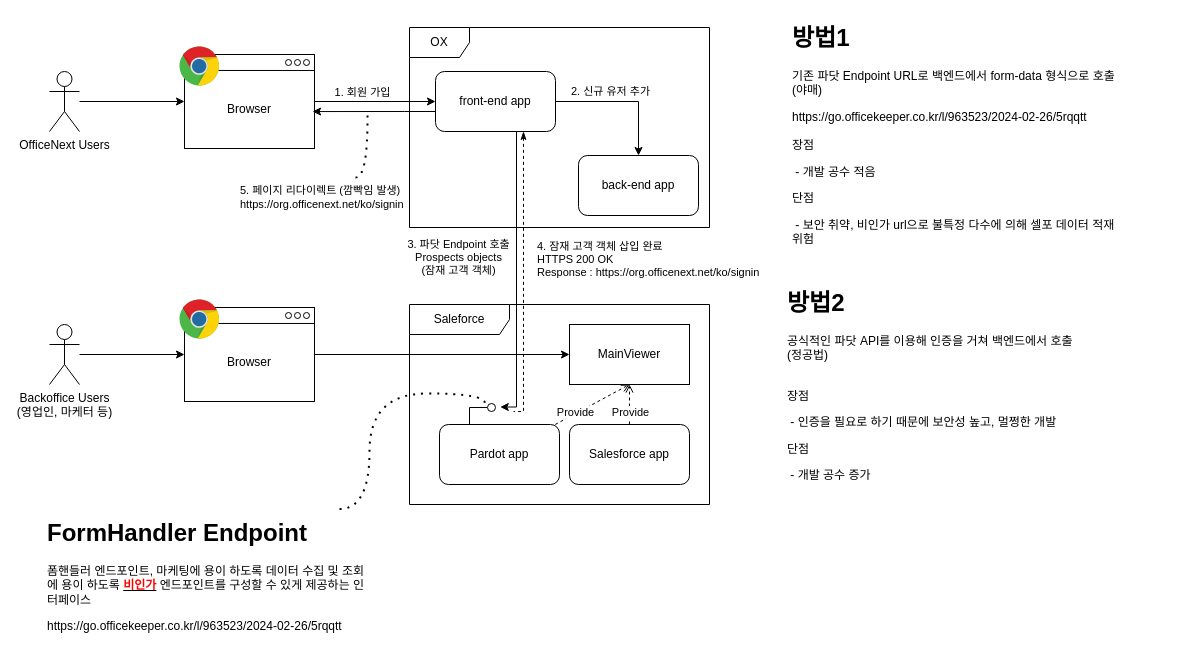
Before: pardot.drawio in djcho/draw-io-repo, a draw.io diagram. Source tidied: cells renumbered, new cells numbered last; positions are measured from the earlier drawing's top-left corner, leaving out a move shared by most shapes. Both pictures are drawn from the tidied source at 100%, with x=0, y=0 at pixel (45, 17).
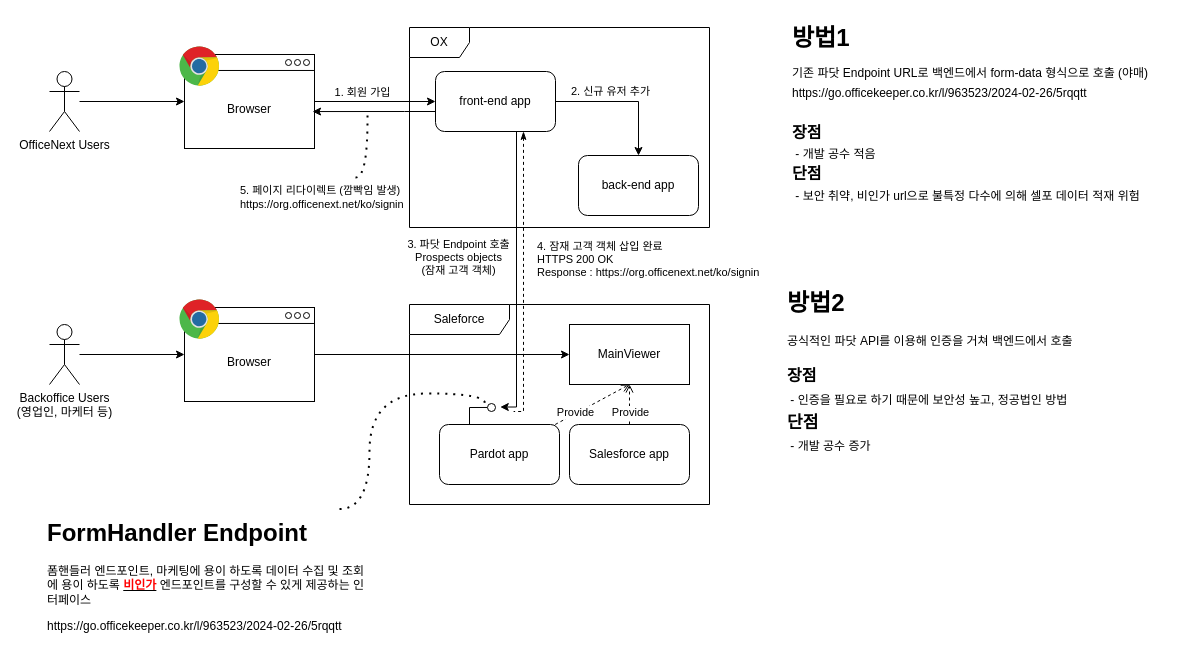
The same diagram, later.

Change to the diagram source:
```diff
@@
-    <mxCell id="47" value="&lt;h1 style=&quot;margin-top: 0px;&quot;&gt;방법1&amp;nbsp;&lt;/h1&gt;&lt;p&gt;기존 파닷 Endpoint URL로 백엔드에서 form-data 형식으로 호출 (야매)&lt;/p&gt;&lt;p&gt;&lt;span style=&quot;background-color: initial;&quot;&gt;https://go.officekeeper.co.kr/l/963523/2024-02-26/5rqqtt&lt;br&gt;&lt;br&gt;장점&amp;nbsp;&lt;/span&gt;&lt;/p&gt;&lt;p&gt;&lt;span style=&quot;background-color: initial;&quot;&gt;&amp;nbsp;- 개발 공수 적음&lt;/span&gt;&lt;/p&gt;&lt;p&gt;&lt;span style=&quot;background-color: initial;&quot;&gt;단점&lt;/span&gt;&lt;/p&gt;&lt;p&gt;&amp;nbsp;- 보안 취약, 비인가 url으로 불특정 다수에 의해 셀포 데이터 적재 위험&lt;/p&gt;" style="text;html=1;whiteSpace=wrap;overflow=hidden;rounded=0;" parent="1" vertex="1">
-      <mxGeometry x="745" width="330" height="230" as="geometry" />
+    <mxCell id="47" value="&lt;h1 style=&quot;margin-top: 0px;&quot;&gt;방법1&amp;nbsp;&lt;/h1&gt;&lt;p style=&quot;line-height: 70%;&quot;&gt;기존 파닷 Endpoint URL로 백엔드에서 form-data 형식으로 호출 (야매)&lt;/p&gt;&lt;p style=&quot;line-height: 70%;&quot;&gt;&lt;span style=&quot;background-color: initial;&quot;&gt;https://go.officekeeper.co.kr/l/963523/2024-02-26/5rqqtt&lt;/span&gt;&lt;/p&gt;&lt;p style=&quot;line-height: 70%;&quot;&gt;&lt;span style=&quot;background-color: initial; font-size: 16px;&quot;&gt;&lt;br&gt;&lt;b&gt;&lt;br&gt;장점&amp;nbsp;&lt;/b&gt;&lt;/span&gt;&lt;/p&gt;&lt;p style=&quot;line-height: 70%;&quot;&gt;&lt;span style=&quot;background-color: initial;&quot;&gt;&amp;nbsp;- 개발 공수 적음&lt;/span&gt;&lt;/p&gt;&lt;p style=&quot;line-height: 70%;&quot;&gt;&lt;span style=&quot;background-color: initial;&quot;&gt;&lt;b&gt;&lt;font style=&quot;font-size: 16px;&quot;&gt;단점&lt;/font&gt;&lt;/b&gt;&lt;/span&gt;&lt;/p&gt;&lt;p style=&quot;line-height: 70%;&quot;&gt;&amp;nbsp;- 보안 취약, 비인가 url으로 불특정 다수에 의해 셀포 데이터 적재 위험&lt;/p&gt;" style="text;html=1;whiteSpace=wrap;overflow=hidden;rounded=0;" parent="1" vertex="1">
+      <mxGeometry x="745" width="375" height="230" as="geometry" />
     </mxCell>
-    <mxCell id="48" value="&lt;h1 style=&quot;margin-top: 0px;&quot;&gt;방법2&lt;/h1&gt;&lt;p&gt;공식적인 파닷 API를 이용해 인증을 거쳐 백엔드에서 호출&lt;br&gt;(정공법)&lt;/p&gt;&lt;p&gt;&lt;span style=&quot;background-color: initial;&quot;&gt;&lt;br&gt;장점&amp;nbsp;&lt;/span&gt;&lt;/p&gt;&lt;p&gt;&lt;span style=&quot;background-color: initial;&quot;&gt;&amp;nbsp;- 인증을 필요로 하기 때문에 보안성 높고, 멀쩡한 개발&lt;/span&gt;&lt;/p&gt;&lt;p&gt;&lt;span style=&quot;background-color: initial;&quot;&gt;단점&lt;/span&gt;&lt;/p&gt;&lt;p&gt;&amp;nbsp;- 개발 공수 증가&lt;/p&gt;" style="text;html=1;whiteSpace=wrap;overflow=hidden;rounded=0;" parent="1" vertex="1">
+    <mxCell id="48" value="&lt;h1 style=&quot;margin-top: 0px;&quot;&gt;방법2&lt;/h1&gt;&lt;p&gt;공식적인 파닷 API를 이용해 인증을 거쳐 백엔드에서 호출&lt;/p&gt;&lt;p style=&quot;line-height: 90%;&quot;&gt;&lt;span style=&quot;background-color: initial;&quot;&gt;&lt;br&gt;&lt;b&gt;&lt;font style=&quot;font-size: 16px;&quot;&gt;장점&amp;nbsp;&lt;/font&gt;&lt;/b&gt;&lt;/span&gt;&lt;/p&gt;&lt;p style=&quot;line-height: 90%;&quot;&gt;&lt;span style=&quot;background-color: initial;&quot;&gt;&amp;nbsp;- 인증을 필요로 하기 때문에 보안성 높고, 정공법인 방법&lt;/span&gt;&lt;/p&gt;&lt;p style=&quot;line-height: 90%;&quot;&gt;&lt;span style=&quot;background-color: initial;&quot;&gt;&lt;b&gt;&lt;font style=&quot;font-size: 17px;&quot;&gt;단점&lt;/font&gt;&lt;/b&gt;&lt;/span&gt;&lt;/p&gt;&lt;p style=&quot;line-height: 90%;&quot;&gt;&amp;nbsp;- 개발 공수 증가&lt;/p&gt;" style="text;html=1;whiteSpace=wrap;overflow=hidden;rounded=0;" parent="1" vertex="1">
       <mxGeometry x="740" y="265" width="330" height="230" as="geometry" />
     </mxCell>
```
